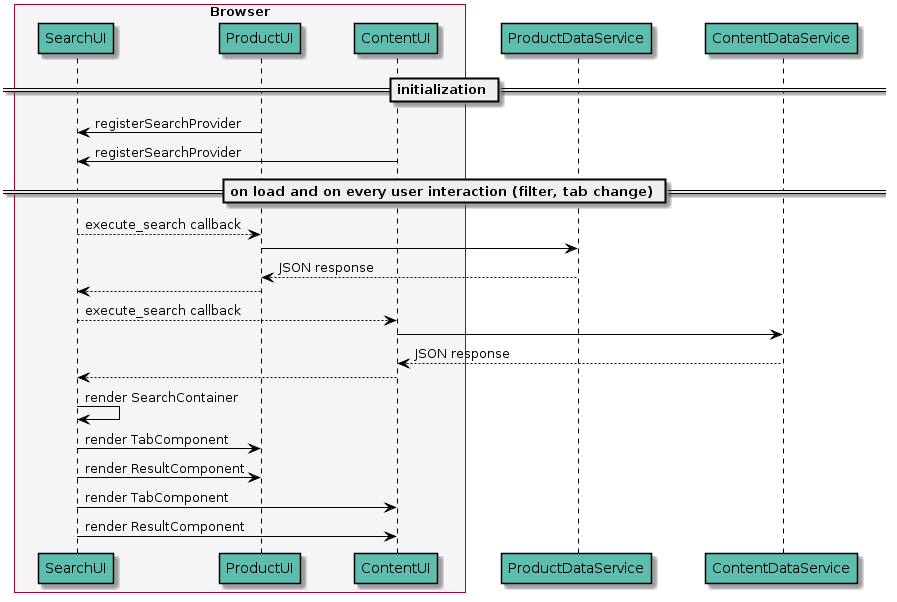
The PlantUML diagram demo/.demoit/images/sequence_3.png in denise-schaefer/micro-frontends, before a commit.
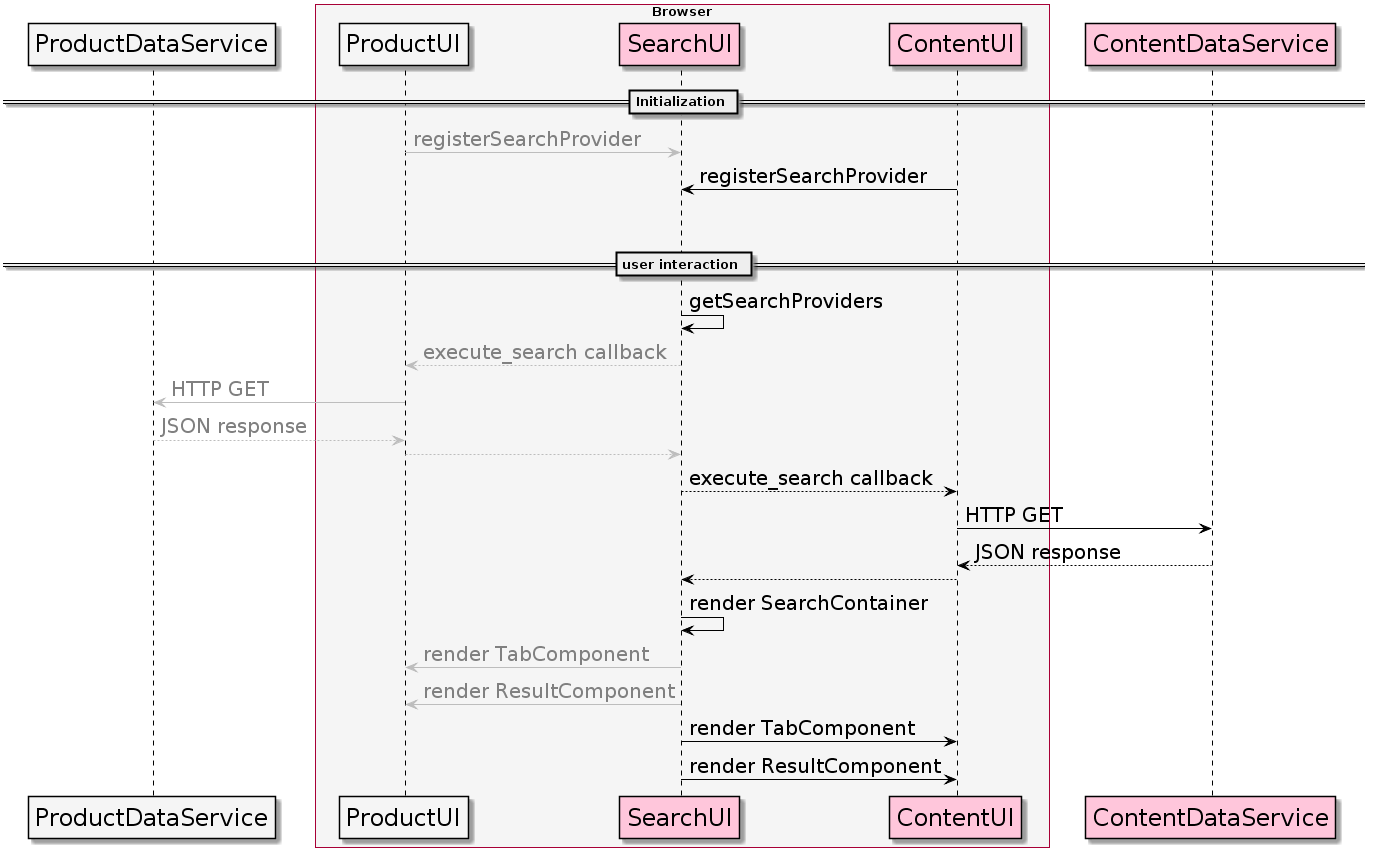
After the commit.

What changed in the source:
```diff
@@ -1,17 +1,28 @@
 @startuml
 skinparam BoxPadding 10
 skinparam ParticipantPadding 20
+participant ProductUI #F5F5F5
+participant ProductDataService #F5F5F5
+
+participant ContentDataService order 50
+participant ProductDataService order 30
+participant ContentUI order 40
+participant ProductUI order 20
+participant SearchUI order 10
 
 skinparam sequence {
 	ArrowColor black
 	ActorBorderColor black
 	LifeLineBorderColor black
 	LifeLineBackgroundColor black
+	ArrowFontSize 20
 
 	ParticipantBorderColor black
-    ParticipantBackgroundColor #5DBDAF
+    ParticipantBackgroundColor #FFC6DB
+    ParticipantFontSize 24
 
-	ActorBackgroundColor #5DBDAF
+	ActorBackgroundColor #FFC6DB
+	ActorFontSize 20
 }
 
 box "Browser" #F5F5F5
@@ -20,24 +31,25 @@
 	participant ContentUI
 end box
 
-== initialization ==
+== Initialization ==
 
-SearchUI <- ProductUI: registerSearchProvider
+SearchUI <-[#BDBDBD] ProductUI: <font color="grey">registerSearchProvider
 SearchUI <- ContentUI: registerSearchProvider
+||45||
+== user interaction ==
 
-== on load and on every user interaction (filter, tab change) ==
-
-SearchUI --> ProductUI: execute_search callback
-ProductUI -> ProductDataService
-ProductUI <-- ProductDataService: JSON response
-SearchUI <-- ProductUI
+SearchUI -> SearchUI: getSearchProviders
+SearchUI -[#BDBDBD]-> ProductUI: <font color="grey">execute_search callback
+ProductUI [#BDBDBD]-> ProductDataService: <font color="grey">HTTP GET
+ProductUI <-[#BDBDBD]- ProductDataService: <font color="grey">JSON response
+SearchUI <-[#BDBDBD]- ProductUI
 SearchUI --> ContentUI: execute_search callback
-ContentUI -> ContentDataService
+ContentUI -> ContentDataService: HTTP GET
 ContentUI <-- ContentDataService: JSON response
 SearchUI <-- ContentUI
 SearchUI -> SearchUI: render SearchContainer
-SearchUI -> ProductUI: render TabComponent
-SearchUI -> ProductUI: render ResultComponent
+SearchUI [#BDBDBD]-> ProductUI: <font color="grey">render TabComponent
+SearchUI [#BDBDBD]-> ProductUI: <font color="grey">render ResultComponent
 SearchUI -> ContentUI: render TabComponent
 SearchUI -> ContentUI: render ResultComponent
 @enduml
```
